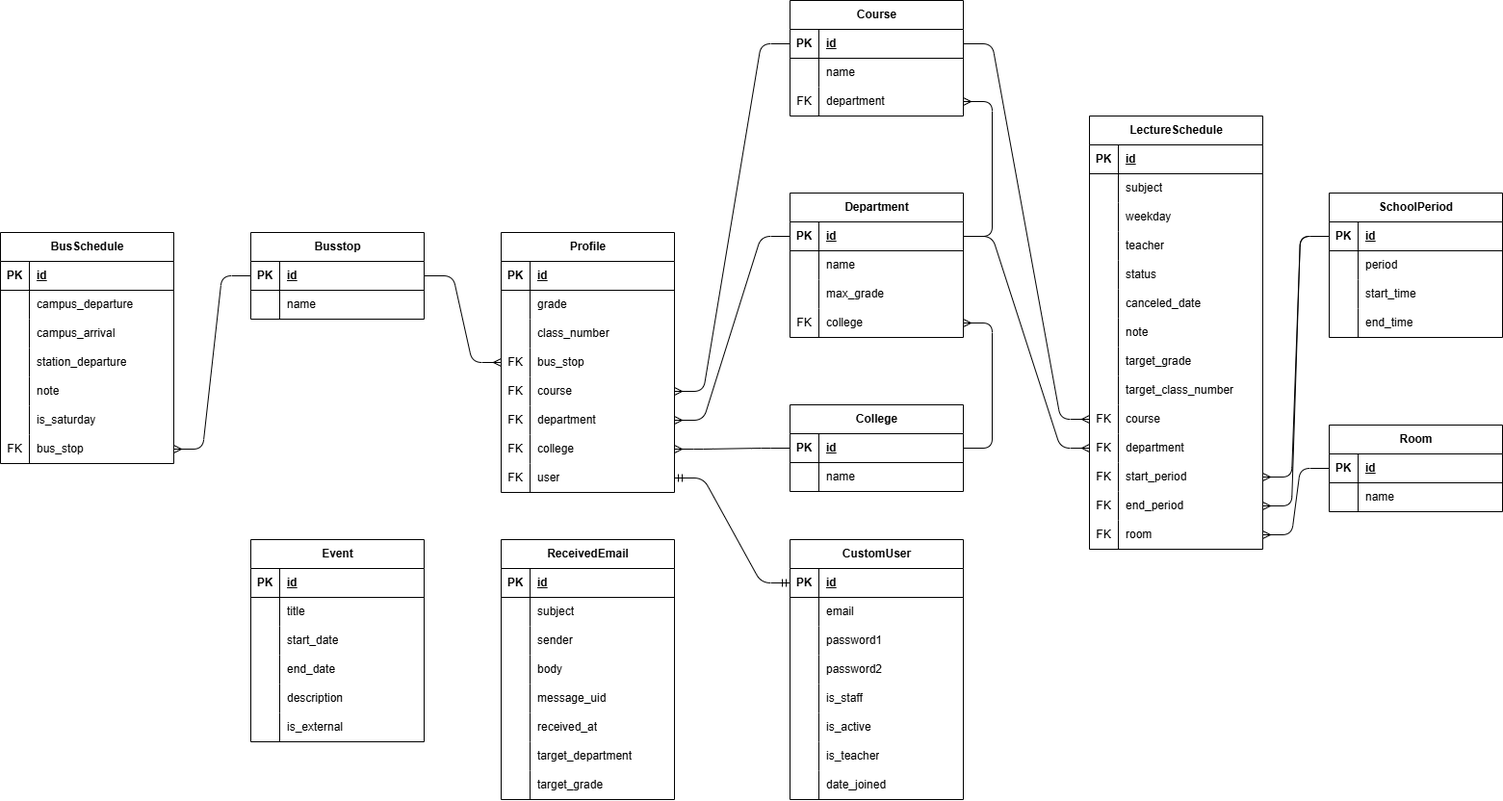
This is docs/ER図.drawio.png from haru186f/link-plus, a draw.io export, as it was before one commit. Source tidied: cells renumbered, new cells last; positions are measured from the earlier drawing's top-left corner, leaving out a move shared by most shapes.
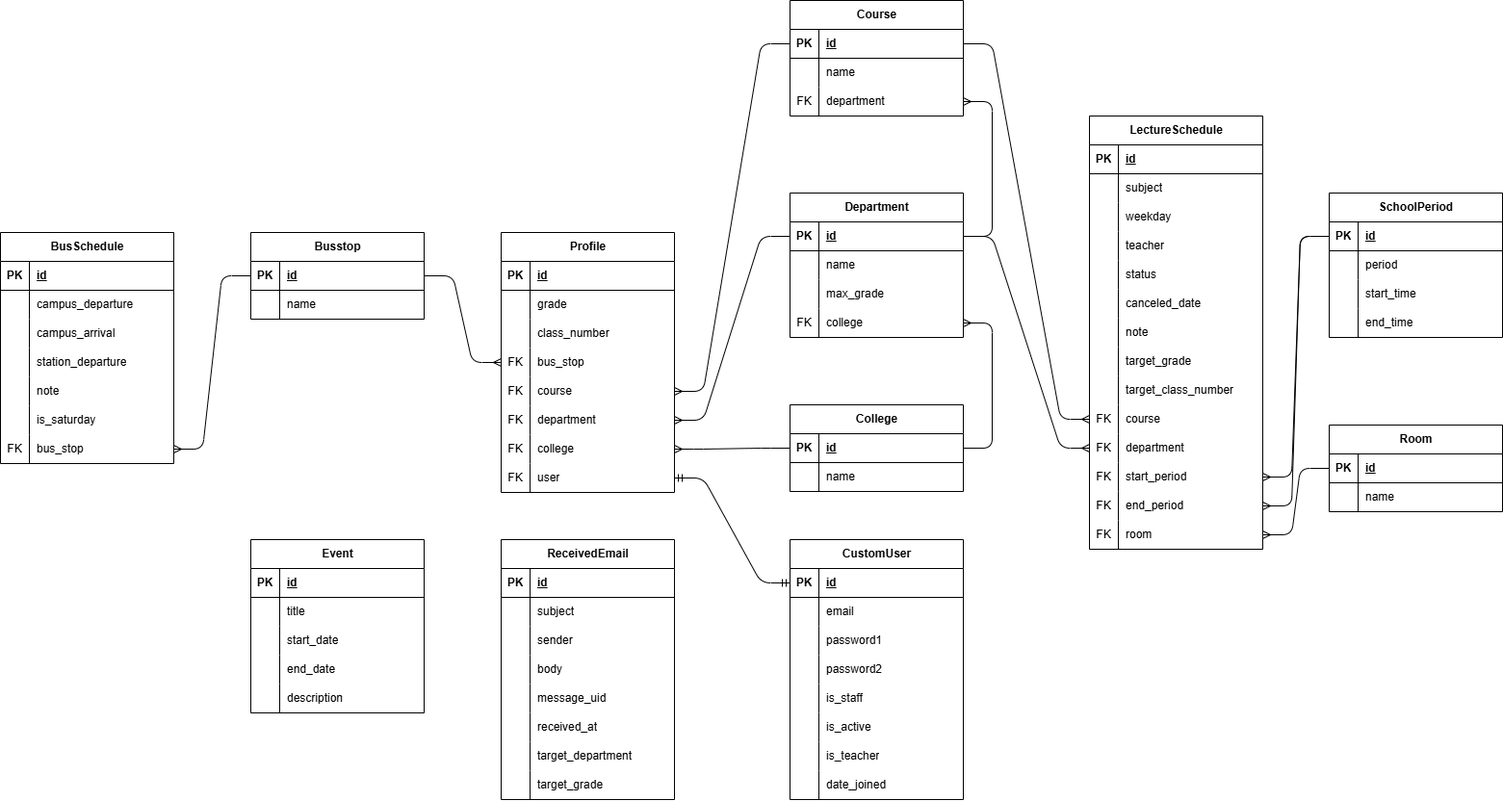
After the commit.

The edit, as a diff of the source:
```diff
@@ -634,7 +634,7 @@
       <mxGeometry x="30" width="150" height="30" as="geometry" />
     </mxCell>
     <mxCell id="211" value="Event" style="shape=table;startSize=30;rowLines=0;fontStyle=1;align=center;html=1;" parent="1" vertex="1">
-      <mxGeometry x="260" y="560" width="180" height="210" as="geometry" />
+      <mxGeometry x="260" y="560" width="180" height="180" as="geometry" />
     </mxCell>
     <mxCell id="212" style="shape=tableRow;horizontal=0;startSize=0;swimlaneHead=0;swimlaneBody=0;fillColor=none;top=0;left=0;right=0;bottom=1;" parent="211" vertex="1">
       <mxGeometry y="30" width="180" height="30" as="geometry" />
@@ -681,15 +681,6 @@
     <mxCell id="226" value="description" style="shape=partialRectangle;fillColor=none;top=0;left=0;bottom=0;right=0;align=left;spacingLeft=6;overflow=hidden;whiteSpace=wrap;html=1;" parent="224" vertex="1">
       <mxGeometry x="30" width="150" height="30" as="geometry" />
     </mxCell>
-    <mxCell id="227" style="shape=tableRow;horizontal=0;startSize=0;swimlaneHead=0;swimlaneBody=0;fillColor=none;top=0;left=0;right=0;bottom=0;" parent="211" vertex="1">
-      <mxGeometry y="180" width="180" height="30" as="geometry" />
-    </mxCell>
-    <mxCell id="228" style="shape=partialRectangle;fillColor=none;top=0;left=0;bottom=0;right=0;overflow=hidden;whiteSpace=wrap;html=1;" parent="227" vertex="1">
-      <mxGeometry width="30" height="30" as="geometry" />
-    </mxCell>
-    <mxCell id="229" value="is_external" style="shape=partialRectangle;fillColor=none;top=0;left=0;bottom=0;right=0;align=left;spacingLeft=6;overflow=hidden;whiteSpace=wrap;html=1;" parent="227" vertex="1">
-      <mxGeometry x="30" width="150" height="30" as="geometry" />
-    </mxCell>
     <mxCell id="230" style="edgeStyle=entityRelationEdgeStyle;fontSize=12;html=1;endArrow=ERmandOne;startArrow=ERmandOne;entryX=0;entryY=0.5;entryDx=0;entryDy=0;" parent="1" edge="1" source="138" target="92">
       <mxGeometry relative="1" as="geometry" />
     </mxCell>
```
